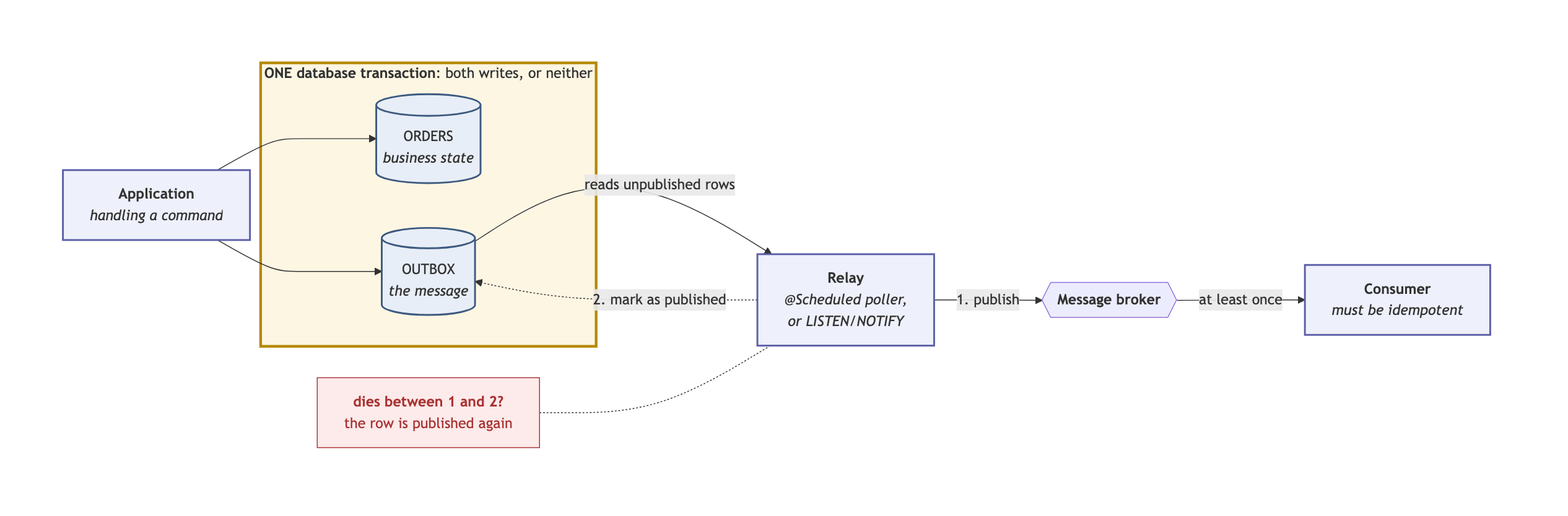
This is assets/article_images/2026-08-21-from-cqrs-to-event-driven-architecture/05-outbox.png from maldins46/comepaolo-blog-v2, a Mermaid export, as it was before one commit. Its source is kept beside it as assets/article_images/2026-08-21-from-cqrs-to-event-driven-architecture/05-outbox.mmd.
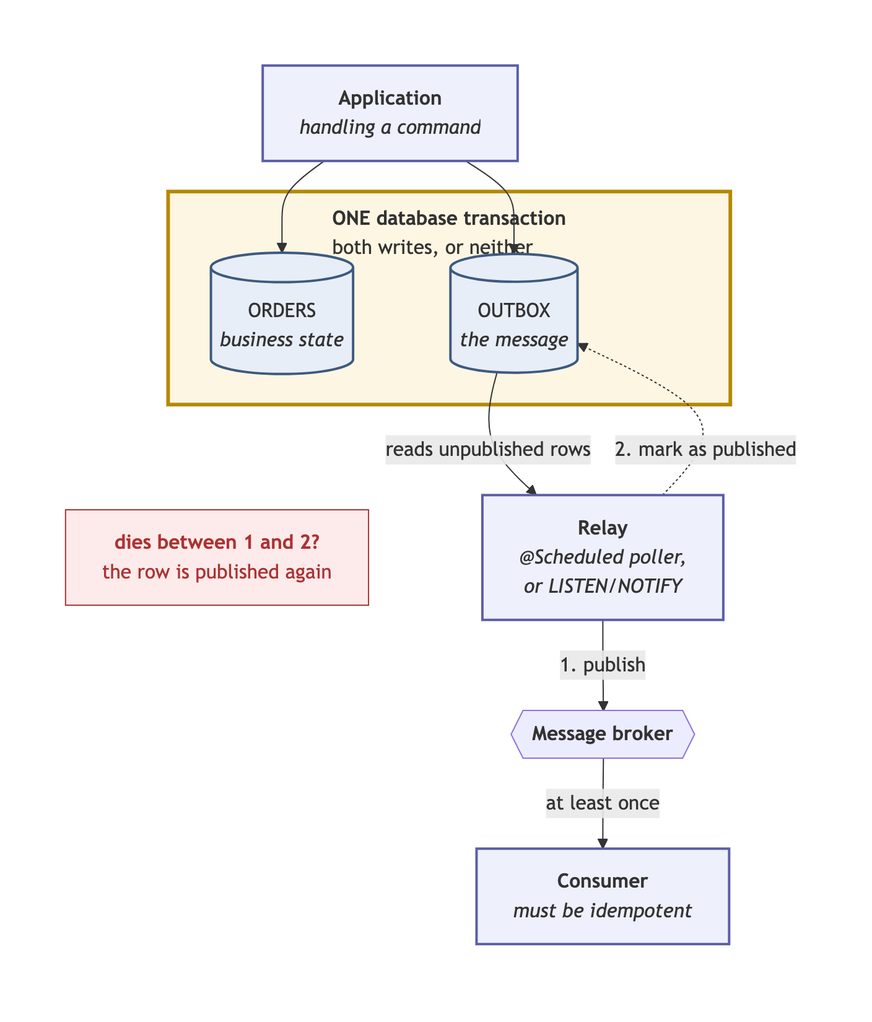
After the commit.

What changed in the source:
```diff
@@ -1,24 +1,24 @@
-flowchart LR
+flowchart TB
   APP["<b>Application</b><br/><i>handling a command</i>"]
 
-  subgraph TX["<b>ONE database transaction</b>: both writes, or neither"]
+  subgraph TX["<b>ONE database transaction</b><br/>both writes, or neither"]
     direction TB
     T1[("ORDERS<br/><i>business state</i>")]
     T2[("OUTBOX<br/><i>the message</i>")]
   end
 
+  X["<b>dies between 1 and 2?</b><br/>the row is published again"]
   REL["<b>Relay</b><br/><i>@Scheduled poller,<br/>or LISTEN/NOTIFY</i>"]
   BR{{"<b>Message broker</b>"}}
   CON["<b>Consumer</b><br/><i>must be idempotent</i>"]
-  X["<b>dies between 1 and 2?</b><br/>the row is published again"]
 
   APP --> T1
   APP --> T2
+  T2 ~~~ X
   T2 -->|reads unpublished rows| REL
   REL -->|1. publish| BR
   REL -.->|2. mark as published| T2
   BR -->|at least once| CON
-  X -.- REL
 
   classDef store fill:#e8eef7,stroke:#3d5a80,stroke-width:2px
   classDef comp fill:#eef0fb,stroke:#5b5ea6,stroke-width:2px
```
